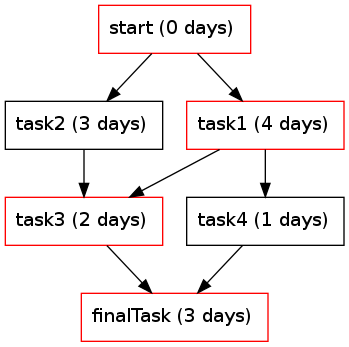
This is task.png from andresviikmaa/ut-systems-modelling-hw3, a Graphviz export, as it was before one commit. Its source is kept beside it as task.dot.
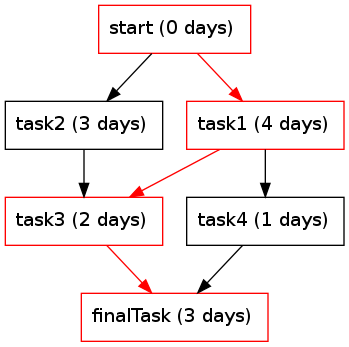
Later version of the same file.

The edit, as a diff of the source:
```diff
@@ -6,10 +6,10 @@
 task4 [shape=polygon, sides=4,label= "task4 (1 days) "]
 finalTask [shape=polygon, color="red", sides=4,label= "finalTask (3 days) "]
 start->task2
-start->task1
-task1->task3
+start->task1 [color=red]
+task1->task3 [color=red]
 task2->task3
 task1->task4
-task3->finalTask
+task3->finalTask [color=red]
 task4->finalTask
 }
```
